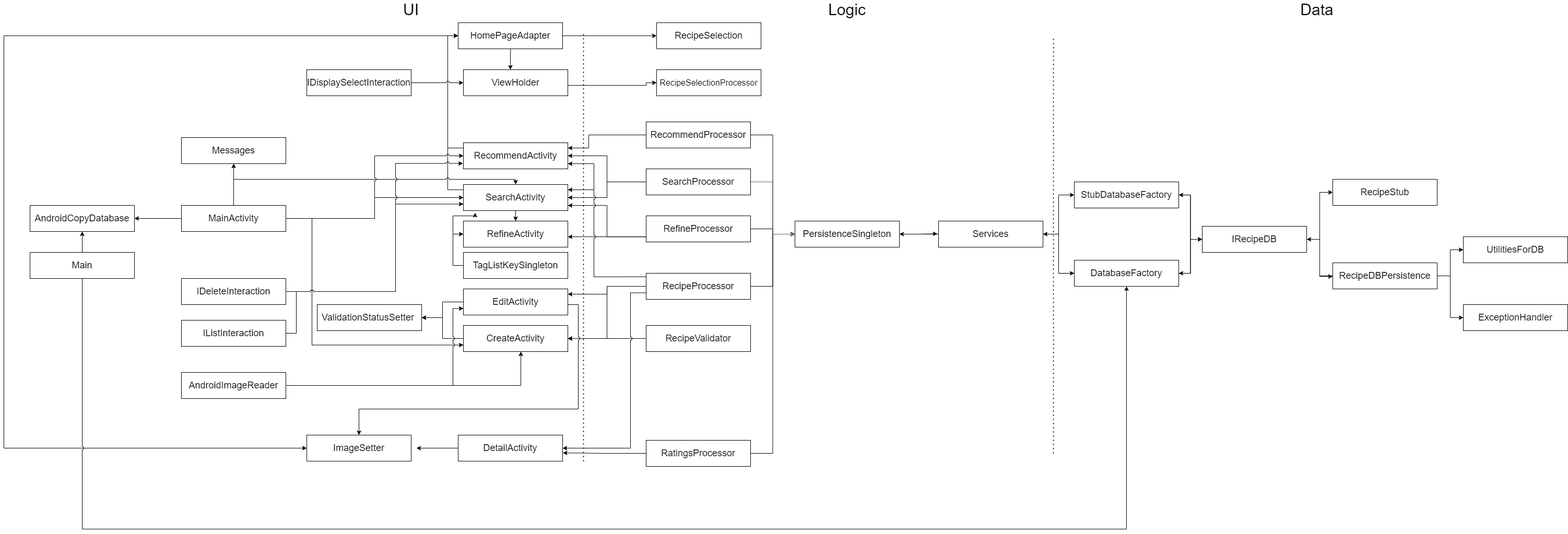
ThreshvsGaming/Tastebud keeps this draw.io diagram as architecture.png. Above is the earlier version. Source tidied: cells renumbered, new cells last; positions are measured from the earlier drawing's top-left corner, leaving out a move shared by most shapes.
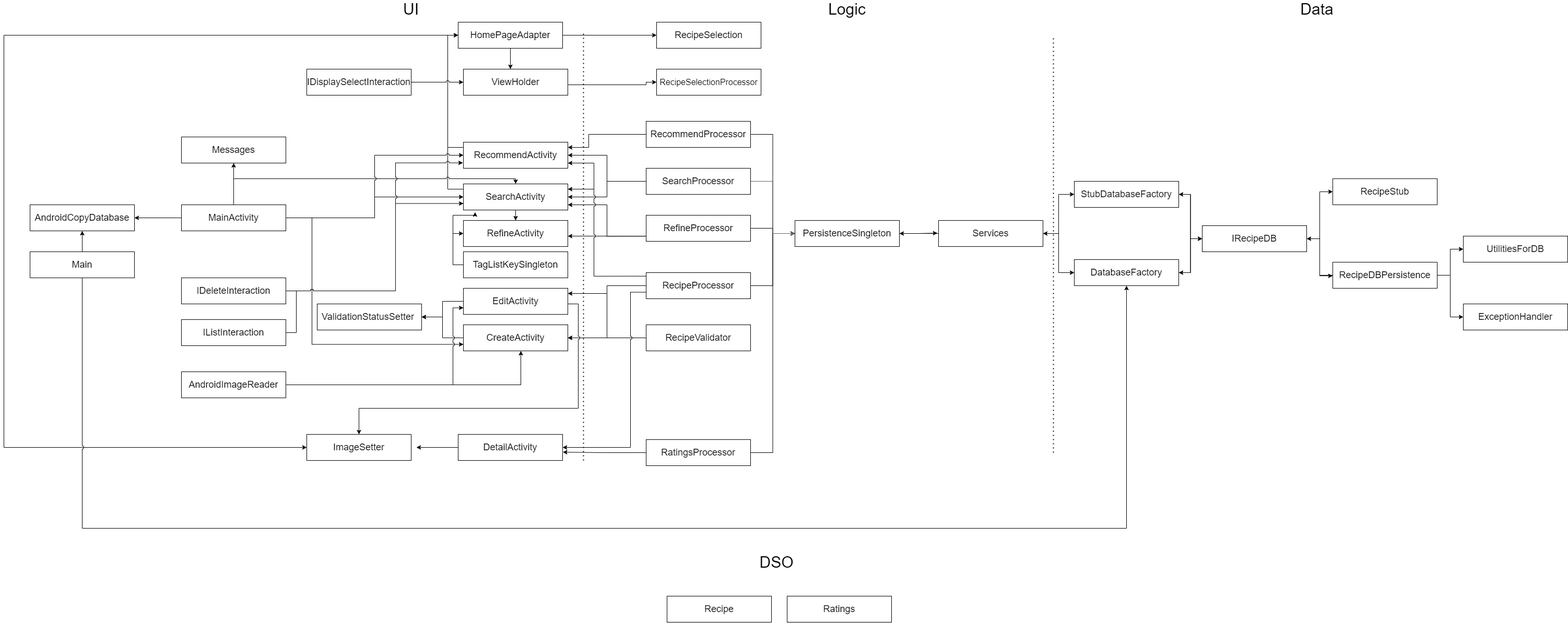
After the change.

Commit message:
Iteration 3 architecture

The edit, as a diff of the source:
```diff
@@ -417,5 +417,14 @@
         <mxPoint x="1110" y="60" as="targetPoint" />
       </mxGeometry>
     </mxCell>
+    <mxCell id="104" value="&lt;font style=&quot;font-size: 30px;&quot;&gt;DSO&lt;/font&gt;" style="text;html=1;strokeColor=none;fillColor=none;align=center;verticalAlign=middle;whiteSpace=wrap;rounded=0;" parent="1" vertex="1">
+      <mxGeometry x="1450" y="1060" width="60" height="30" as="geometry" />
+    </mxCell>
+    <mxCell id="105" value="Recipe" style="rounded=0;whiteSpace=wrap;html=1;strokeColor=default;fontSize=18;" parent="1" vertex="1">
+      <mxGeometry x="1270" y="1140" width="200" height="50" as="geometry" />
+    </mxCell>
+    <mxCell id="106" value="Ratings" style="rounded=0;whiteSpace=wrap;html=1;strokeColor=default;fontSize=18;" parent="1" vertex="1">
+      <mxGeometry x="1500" y="1140" width="200" height="50" as="geometry" />
+    </mxCell>
   </root>
 </mxGraphModel>
```
